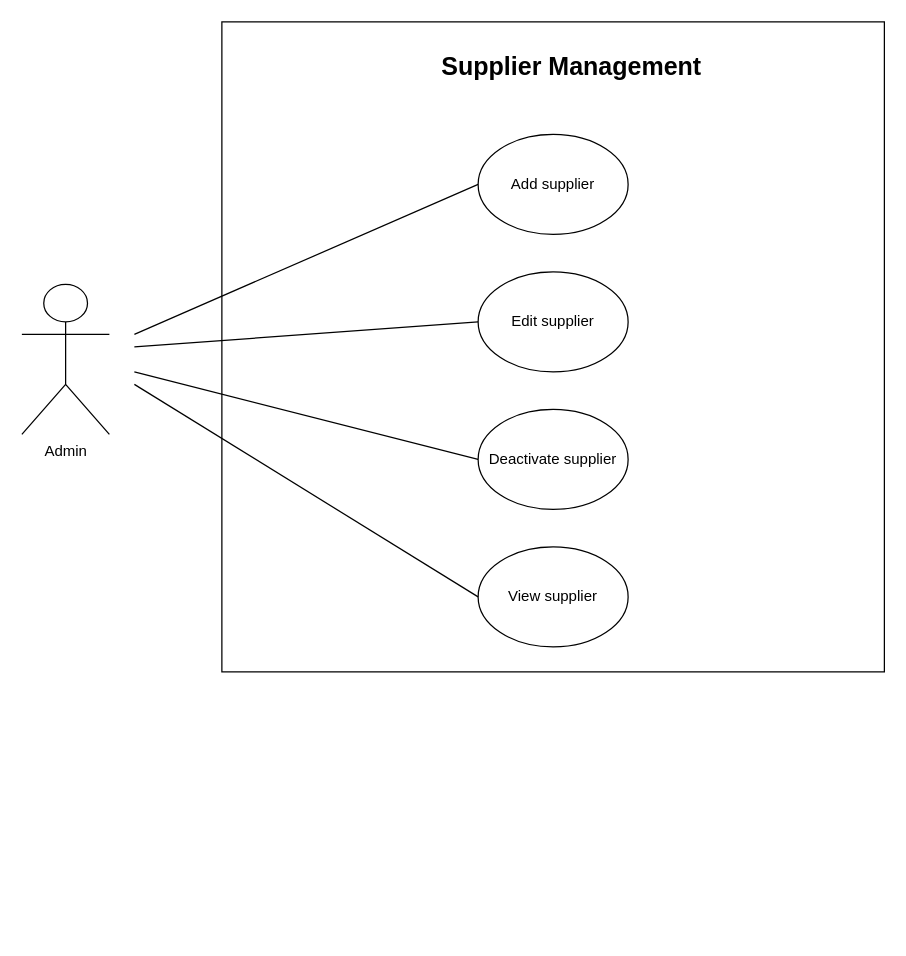
The draw.io diagram docs/Analysis/Use_Case_Diagrams/Supplier_Management.drawio in james15mokoena/SmartInventory, before the edit. Source tidied: cells renumbered, new cells numbered last; positions are measured from the earlier drawing's top-left corner, leaving out a move shared by most shapes. Both pictures are drawn from the tidied source at 125%, with x=0, y=0 at pixel (21, 21).
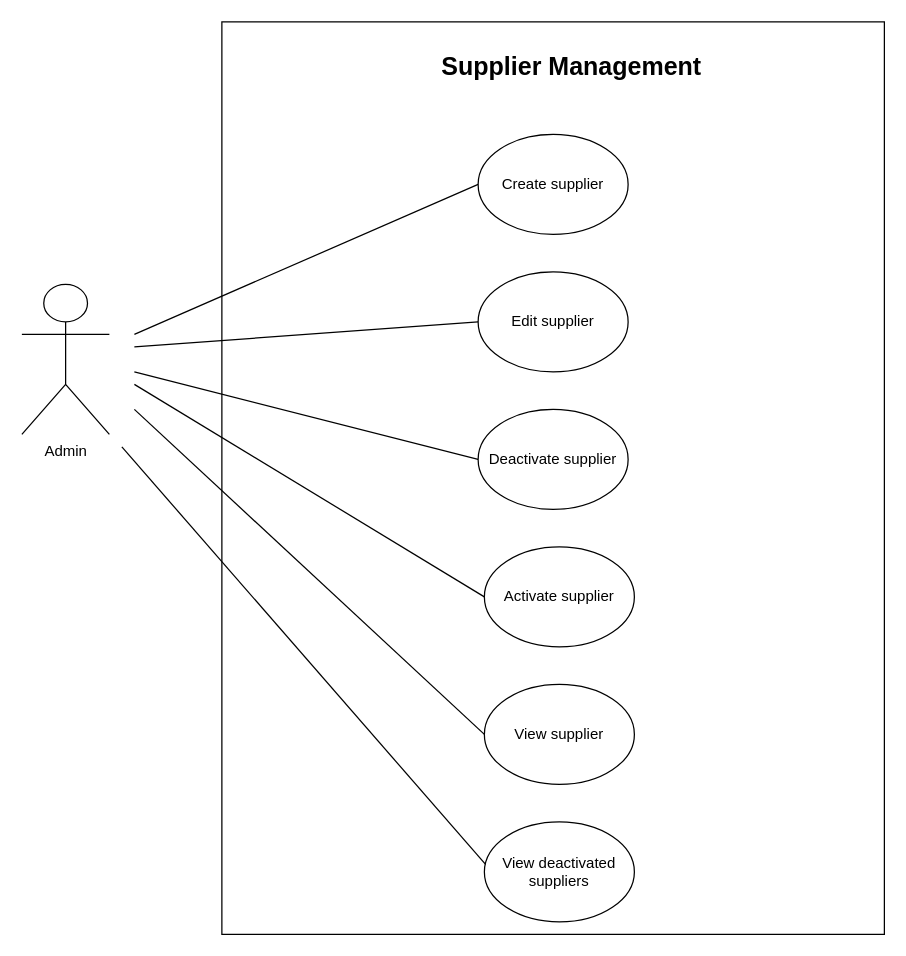
The same page after the edit.

Commit message (it also covers changes not shown here):
Implemented the view activated admins use case.

The edit, as a diff of the source:
```diff
@@
     <mxCell id="2" style="rounded=0;whiteSpace=wrap;html=1;" parent="1" vertex="1">
-      <mxGeometry x="160" width="530" height="520" as="geometry" />
+      <mxGeometry x="160" width="530" height="730" as="geometry" />
     </mxCell>
@@
-    <mxCell id="4" value="Add supplier" style="ellipse;whiteSpace=wrap;html=1;" parent="1" vertex="1">
+    <mxCell id="4" value="Create supplier" style="ellipse;whiteSpace=wrap;html=1;" parent="1" vertex="1">
       <mxGeometry x="365" y="90" width="120" height="80" as="geometry" />
     </mxCell>
@@
     <mxCell id="7" value="View supplier" style="ellipse;whiteSpace=wrap;html=1;" parent="1" vertex="1">
-      <mxGeometry x="365" y="420" width="120" height="80" as="geometry" />
+      <mxGeometry x="370" y="530" width="120" height="80" as="geometry" />
     </mxCell>
@@
     <mxCell id="12" style="endArrow=none;html=1;rounded=0;entryX=0;entryY=0.5;entryDx=0;entryDy=0;" parent="1" edge="1" target="7">
       <mxGeometry relative="1" as="geometry">
-        <mxPoint x="90" y="290" as="sourcePoint" />
+        <mxPoint x="90" y="310" as="sourcePoint" />
       </mxGeometry>
     </mxCell>
+    <mxCell id="13" value="Activate supplier" style="ellipse;whiteSpace=wrap;html=1;" parent="1" vertex="1">
+      <mxGeometry x="370" y="420" width="120" height="80" as="geometry" />
+    </mxCell>
+    <mxCell id="14" style="endArrow=none;html=1;rounded=0;entryX=0;entryY=0.5;entryDx=0;entryDy=0;" parent="1" edge="1" target="13">
+      <mxGeometry relative="1" as="geometry">
+        <mxPoint x="90" y="290" as="sourcePoint" />
+      </mxGeometry>
+    </mxCell>
+    <mxCell id="15" value="View deactivated suppliers" style="ellipse;whiteSpace=wrap;html=1;" parent="1" vertex="1">
+      <mxGeometry x="370" y="640" width="120" height="80" as="geometry" />
+    </mxCell>
+    <mxCell id="16" style="endArrow=none;html=1;rounded=0;entryX=0.008;entryY=0.425;entryDx=0;entryDy=0;entryPerimeter=0;" parent="1" edge="1" target="15">
+      <mxGeometry relative="1" as="geometry">
+        <mxPoint x="80" y="340" as="sourcePoint" />
+      </mxGeometry>
+    </mxCell>
```
